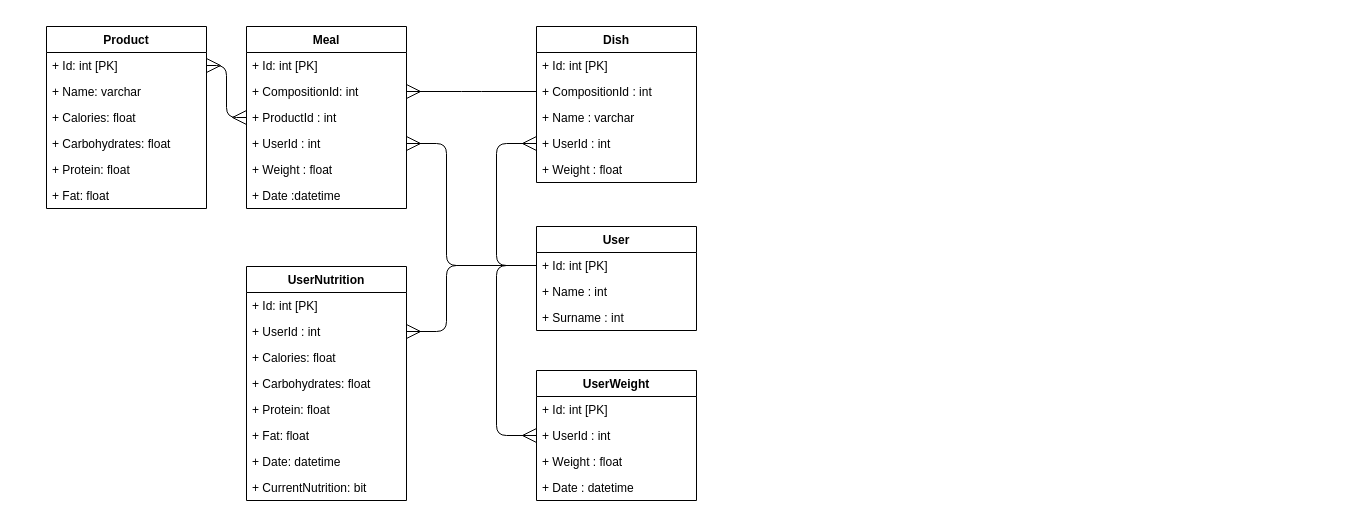
The draw.io diagram page "Db schema" (1 of 5) of CaloriesDb.drawio in pieczarkaniesmacznosci/calories-tracker, before the edit. Source tidied: cells renumbered, new cells numbered last; positions are measured from the earlier drawing's top-left corner, leaving out a move shared by most shapes. Both pictures are drawn from the tidied source at 100%, with x=0, y=0 at pixel (46, 26).
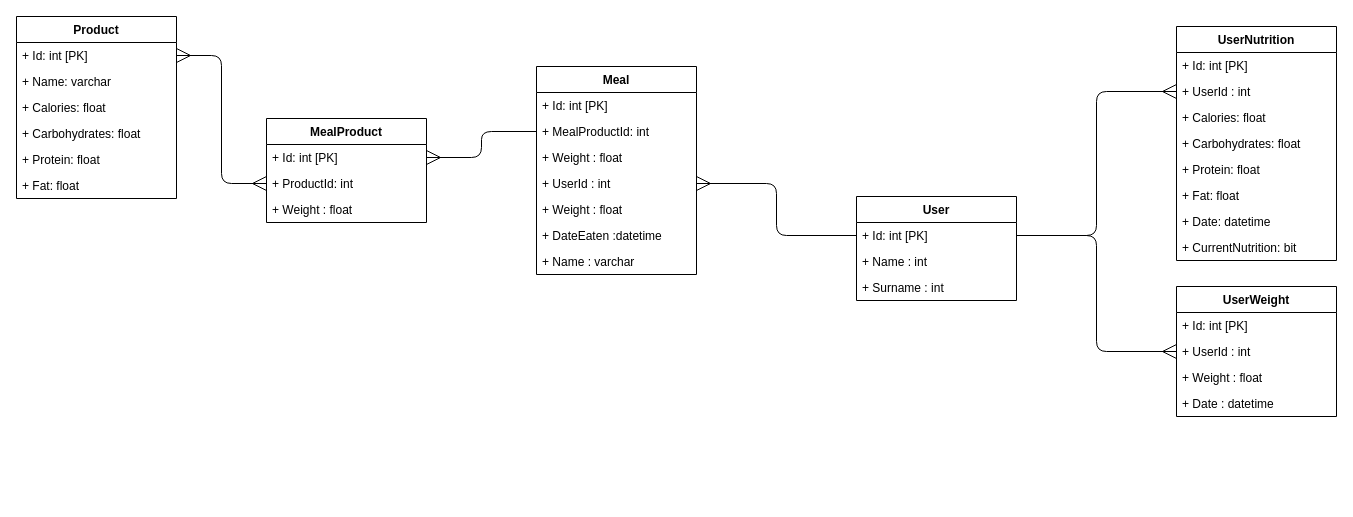
Above is the later version.

Unchanged cells that the change refers to:
```xml
<mxCell id="7" value="+ Id: int [PK]" style="text;strokeColor=none;fillColor=none;align=left;verticalAlign=top;spacingLeft=4;spacingRight=4;overflow=hidden;points=[[0,0.5],[1,0.5]];portConstraint=eastwest;" parent="6" vertex="1">
  <mxGeometry y="26" width="160" height="26" as="geometry" />
</mxCell>
<mxCell id="24" value="+ UserId : int&#10;" style="text;strokeColor=none;fillColor=none;align=left;verticalAlign=top;spacingLeft=4;spacingRight=4;overflow=hidden;points=[[0,0.5],[1,0.5]];portConstraint=eastwest;" parent="22" vertex="1">
  <mxGeometry y="52" width="160" height="26" as="geometry" />
</mxCell>
<mxCell id="39" value="+ UserId : int&#10;" style="text;strokeColor=none;fillColor=none;align=left;verticalAlign=top;spacingLeft=4;spacingRight=4;overflow=hidden;points=[[0,0.5],[1,0.5]];portConstraint=eastwest;" parent="37" vertex="1">
  <mxGeometry y="52" width="160" height="26" as="geometry" />
</mxCell>
<mxCell id="43" value="+ Id: int [PK]" style="text;strokeColor=none;fillColor=none;align=left;verticalAlign=top;spacingLeft=4;spacingRight=4;overflow=hidden;points=[[0,0.5],[1,0.5]];portConstraint=eastwest;" parent="42" vertex="1">
  <mxGeometry y="26" width="160" height="26" as="geometry" />
</mxCell>
```

Diff of the diagram source:
```diff
@@
-    <mxCell id="2" style="edgeStyle=elbowEdgeStyle;elbow=horizontal;endArrow=ERmany;html=1;entryX=0;entryY=0.5;entryDx=0;entryDy=0;exitX=0;exitY=0.5;exitDx=0;exitDy=0;endFill=0;endSize=12;" parent="1" edge="1" source="43" target="39">
+    <mxCell id="2" style="edgeStyle=elbowEdgeStyle;elbow=horizontal;endArrow=ERmany;html=1;entryX=0;entryY=0.5;entryDx=0;entryDy=0;exitX=1;exitY=0.5;exitDx=0;exitDy=0;endFill=0;endSize=12;" parent="1" edge="1" source="43" target="39">
       <mxGeometry relative="1" as="geometry">
         <Array as="points">
+          <mxPoint x="1050" y="220" />
+          <mxPoint x="980" y="220" />
+          <mxPoint x="940" y="310" />
           <mxPoint x="450" y="320" />
           <mxPoint x="460" y="320" />
           <mxPoint x="430" y="290" />
           <mxPoint x="440" y="320" />
           <mxPoint x="470" y="370" />
         </Array>
       </mxGeometry>
     </mxCell>
-    <mxCell id="3" style="edgeStyle=elbowEdgeStyle;elbow=horizontal;endArrow=ERmany;html=1;entryX=1;entryY=0.5;entryDx=0;entryDy=0;exitX=0;exitY=0.5;exitDx=0;exitDy=0;endFill=0;jumpSize=6;endSize=12;" parent="1" edge="1" source="43" target="24">
-      <mxGeometry relative="1" as="geometry">
-        <Array as="points">
-          <mxPoint x="400" y="270" />
-        </Array>
-      </mxGeometry>
-    </mxCell>
-    <mxCell id="4" style="edgeStyle=elbowEdgeStyle;elbow=horizontal;endArrow=ERmany;html=1;entryX=1;entryY=0.5;entryDx=0;entryDy=0;exitX=0;exitY=0.5;exitDx=0;exitDy=0;endFill=0;endSize=12;startArrow=ERmany;startFill=0;targetPerimeterSpacing=0;startSize=12;" parent="1" edge="1" source="18" target="7">
+    <mxCell id="4" style="edgeStyle=elbowEdgeStyle;elbow=horizontal;endArrow=ERmany;html=1;entryX=1;entryY=0.5;entryDx=0;entryDy=0;exitX=0;exitY=0.5;exitDx=0;exitDy=0;endFill=0;endSize=12;startArrow=ERmany;startFill=0;targetPerimeterSpacing=0;startSize=12;" parent="1" edge="1" source="48" target="7">
       <mxGeometry relative="1" as="geometry" />
     </mxCell>
-    <mxCell id="5" style="edgeStyle=elbowEdgeStyle;elbow=horizontal;endArrow=ERmany;html=1;entryX=1;entryY=0.5;entryDx=0;entryDy=0;exitX=0;exitY=0.5;exitDx=0;exitDy=0;endFill=0;endSize=12;startArrow=none;startFill=0;" parent="1" edge="1" source="33" target="17">
-      <mxGeometry relative="1" as="geometry" />
-    </mxCell>
+    <mxCell id="46" style="edgeStyle=elbowEdgeStyle;elbow=horizontal;endArrow=none;html=1;entryX=0;entryY=0.5;entryDx=0;entryDy=0;exitX=1;exitY=0.5;exitDx=0;exitDy=0;endFill=0;endSize=12;startArrow=ERmany;startFill=0;targetPerimeterSpacing=0;startSize=12;" parent="1" edge="1" source="32" target="17">
+      <mxGeometry relative="1" as="geometry" />
+    </mxCell>
     <mxCell id="6" value="Product" style="swimlane;fontStyle=1;align=center;verticalAlign=top;horizontal=1;startSize=26;" parent="1" vertex="1">
-      <mxGeometry width="160" height="182" as="geometry" />
+      <mxGeometry x="-30" y="-10" width="160" height="182" as="geometry" />
     </mxCell>
@@
-    <mxCell id="13" style="edgeStyle=elbowEdgeStyle;elbow=horizontal;endArrow=ERmany;html=1;entryX=1;entryY=0.5;entryDx=0;entryDy=0;exitX=0;exitY=0.5;exitDx=0;exitDy=0;endFill=0;jumpSize=6;endSize=12;" parent="1" edge="1" source="43" target="19">
-      <mxGeometry relative="1" as="geometry">
-        <Array as="points">
-          <mxPoint x="400" y="170" />
-        </Array>
-      </mxGeometry>
-    </mxCell>
-    <mxCell id="14" style="edgeStyle=elbowEdgeStyle;elbow=horizontal;endArrow=ERmany;html=1;exitX=0;exitY=0.5;exitDx=0;exitDy=0;endFill=0;jumpSize=6;endSize=12;entryX=0;entryY=0.5;entryDx=0;entryDy=0;" parent="1" edge="1" source="43" target="35">
-      <mxGeometry relative="1" as="geometry">
-        <Array as="points">
-          <mxPoint x="450" y="180" />
-          <mxPoint x="430" y="170" />
-          <mxPoint x="440" y="170" />
-          <mxPoint x="470" y="170" />
-        </Array>
-      </mxGeometry>
-    </mxCell>
-    <mxCell id="15" value="Meal" style="swimlane;fontStyle=1;align=center;verticalAlign=top;horizontal=1;startSize=26;" parent="1" vertex="1">
-      <mxGeometry x="200" width="160" height="182" as="geometry" />
-    </mxCell>
-    <mxCell id="16" value="+ Id: int [PK]" style="text;strokeColor=none;fillColor=none;align=left;verticalAlign=top;spacingLeft=4;spacingRight=4;overflow=hidden;" parent="15" vertex="1">
-      <mxGeometry y="26" width="160" height="26" as="geometry" />
-    </mxCell>
-    <mxCell id="17" value="+ CompositionId: int" style="text;strokeColor=none;fillColor=none;align=left;verticalAlign=top;spacingLeft=4;spacingRight=4;overflow=hidden;points=[[0,0.5],[1,0.5]];portConstraint=eastwest;" parent="15" vertex="1">
-      <mxGeometry y="52" width="160" height="26" as="geometry" />
-    </mxCell>
-    <mxCell id="18" value="+ ProductId : int&#10;" style="text;strokeColor=none;fillColor=none;align=left;verticalAlign=top;spacingLeft=4;spacingRight=4;overflow=hidden;points=[[0,0.5],[1,0.5]];portConstraint=eastwest;" parent="15" vertex="1">
-      <mxGeometry y="78" width="160" height="26" as="geometry" />
-    </mxCell>
-    <mxCell id="19" value="+ UserId : int&#10;" style="text;strokeColor=none;fillColor=none;align=left;verticalAlign=top;spacingLeft=4;spacingRight=4;overflow=hidden;points=[[0,0.5],[1,0.5]];portConstraint=eastwest;" parent="15" vertex="1">
-      <mxGeometry y="104" width="160" height="26" as="geometry" />
-    </mxCell>
-    <mxCell id="20" value="+ Weight : float&#10;" style="text;strokeColor=none;fillColor=none;align=left;verticalAlign=top;spacingLeft=4;spacingRight=4;overflow=hidden;" parent="15" vertex="1">
-      <mxGeometry y="130" width="160" height="26" as="geometry" />
-    </mxCell>
-    <mxCell id="21" value="+ Date :datetime&#10;" style="text;strokeColor=none;fillColor=none;align=left;verticalAlign=top;spacingLeft=4;spacingRight=4;overflow=hidden;" parent="15" vertex="1">
-      <mxGeometry y="156" width="160" height="26" as="geometry" />
-    </mxCell>
+    <mxCell id="47" value="MealProduct" style="swimlane;fontStyle=1;align=center;verticalAlign=top;horizontal=1;startSize=26;" parent="1" vertex="1">
+      <mxGeometry x="220" y="92" width="160" height="104" as="geometry" />
+    </mxCell>
+    <mxCell id="32" value="+ Id: int [PK]" style="text;strokeColor=none;fillColor=none;align=left;verticalAlign=top;spacingLeft=4;spacingRight=4;overflow=hidden;points=[[0,0.5],[1,0.5]];portConstraint=eastwest;" parent="47" vertex="1">
+      <mxGeometry y="26" width="160" height="26" as="geometry" />
+    </mxCell>
+    <mxCell id="48" value="+ ProductId: int" style="text;strokeColor=none;fillColor=none;align=left;verticalAlign=top;spacingLeft=4;spacingRight=4;overflow=hidden;points=[[0,0.5],[1,0.5]];portConstraint=eastwest;" parent="47" vertex="1">
+      <mxGeometry y="52" width="160" height="26" as="geometry" />
+    </mxCell>
+    <mxCell id="49" value="+ Weight : float&#10;" style="text;strokeColor=none;fillColor=none;align=left;verticalAlign=top;spacingLeft=4;spacingRight=4;overflow=hidden;" parent="47" vertex="1">
+      <mxGeometry y="78" width="160" height="26" as="geometry" />
+    </mxCell>
+    <mxCell id="3" style="edgeStyle=elbowEdgeStyle;elbow=horizontal;endArrow=ERmany;html=1;entryX=0;entryY=0.5;entryDx=0;entryDy=0;exitX=1;exitY=0.5;exitDx=0;exitDy=0;endFill=0;endSize=12;" parent="1" edge="1" source="43" target="24">
+      <mxGeometry relative="1" as="geometry">
+        <Array as="points">
+          <mxPoint x="1050" y="100" />
+          <mxPoint x="980" y="120" />
+          <mxPoint x="940" y="150" />
+          <mxPoint x="460" y="330" />
+          <mxPoint x="470" y="330" />
+          <mxPoint x="440" y="300" />
+          <mxPoint x="450" y="330" />
+          <mxPoint x="480" y="380" />
+        </Array>
+      </mxGeometry>
+    </mxCell>
     <mxCell id="22" value="UserNutrition" style="swimlane;fontStyle=1;align=center;verticalAlign=top;horizontal=1;startSize=26;" parent="1" vertex="1">
-      <mxGeometry x="200" y="240" width="160" height="234" as="geometry" />
+      <mxGeometry x="1130" width="160" height="234" as="geometry" />
     </mxCell>
@@
-    <mxCell id="31" value="Dish" style="swimlane;fontStyle=1;align=center;verticalAlign=top;horizontal=1;startSize=26;" parent="1" vertex="1">
-      <mxGeometry x="490" width="160" height="156" as="geometry" />
-    </mxCell>
-    <mxCell id="32" value="+ Id: int [PK]" style="text;strokeColor=none;fillColor=none;align=left;verticalAlign=top;spacingLeft=4;spacingRight=4;overflow=hidden;points=[[0,0.5],[1,0.5]];portConstraint=eastwest;" parent="31" vertex="1">
-      <mxGeometry y="26" width="160" height="26" as="geometry" />
-    </mxCell>
-    <mxCell id="33" value="+ CompositionId : int&#10;" style="text;strokeColor=none;fillColor=none;align=left;verticalAlign=top;spacingLeft=4;spacingRight=4;overflow=hidden;points=[[0,0.5],[1,0.5]];portConstraint=eastwest;" parent="31" vertex="1">
-      <mxGeometry y="52" width="160" height="26" as="geometry" />
-    </mxCell>
-    <mxCell id="34" value="+ Name : varchar&#10;" style="text;strokeColor=none;fillColor=none;align=left;verticalAlign=top;spacingLeft=4;spacingRight=4;overflow=hidden;" parent="31" vertex="1">
-      <mxGeometry y="78" width="160" height="26" as="geometry" />
-    </mxCell>
-    <mxCell id="35" value="+ UserId : int&#10;" style="text;strokeColor=none;fillColor=none;align=left;verticalAlign=top;spacingLeft=4;spacingRight=4;overflow=hidden;points=[[0,0.5],[1,0.5]];portConstraint=eastwest;" parent="31" vertex="1">
-      <mxGeometry y="104" width="160" height="26" as="geometry" />
-    </mxCell>
-    <mxCell id="36" value="+ Weight : float&#10;" style="text;strokeColor=none;fillColor=none;align=left;verticalAlign=top;spacingLeft=4;spacingRight=4;overflow=hidden;" parent="31" vertex="1">
-      <mxGeometry y="130" width="160" height="26" as="geometry" />
-    </mxCell>
     <mxCell id="37" value="UserWeight" style="swimlane;fontStyle=1;align=center;verticalAlign=top;horizontal=1;startSize=26;" parent="1" vertex="1">
-      <mxGeometry x="490" y="344" width="160" height="130" as="geometry" />
+      <mxGeometry x="1130" y="260" width="160" height="130" as="geometry" />
     </mxCell>
@@
+    <mxCell id="15" value="Meal" style="swimlane;fontStyle=1;align=center;verticalAlign=top;horizontal=1;startSize=26;" parent="1" vertex="1">
+      <mxGeometry x="490" y="40" width="160" height="208" as="geometry" />
+    </mxCell>
+    <mxCell id="16" value="+ Id: int [PK]" style="text;strokeColor=none;fillColor=none;align=left;verticalAlign=top;spacingLeft=4;spacingRight=4;overflow=hidden;" parent="15" vertex="1">
+      <mxGeometry y="26" width="160" height="26" as="geometry" />
+    </mxCell>
+    <mxCell id="17" value="+ MealProductId: int" style="text;strokeColor=none;fillColor=none;align=left;verticalAlign=top;spacingLeft=4;spacingRight=4;overflow=hidden;points=[[0,0.5],[1,0.5]];portConstraint=eastwest;" parent="15" vertex="1">
+      <mxGeometry y="52" width="160" height="26" as="geometry" />
+    </mxCell>
+    <mxCell id="50" value="+ Weight : float&#10;" style="text;strokeColor=none;fillColor=none;align=left;verticalAlign=top;spacingLeft=4;spacingRight=4;overflow=hidden;" parent="15" vertex="1">
+      <mxGeometry y="78" width="160" height="26" as="geometry" />
+    </mxCell>
+    <mxCell id="19" value="+ UserId : int&#10;" style="text;strokeColor=none;fillColor=none;align=left;verticalAlign=top;spacingLeft=4;spacingRight=4;overflow=hidden;points=[[0,0.5],[1,0.5]];portConstraint=eastwest;" parent="15" vertex="1">
+      <mxGeometry y="104" width="160" height="26" as="geometry" />
+    </mxCell>
+    <mxCell id="20" value="+ Weight : float&#10;" style="text;strokeColor=none;fillColor=none;align=left;verticalAlign=top;spacingLeft=4;spacingRight=4;overflow=hidden;" parent="15" vertex="1">
+      <mxGeometry y="130" width="160" height="26" as="geometry" />
+    </mxCell>
+    <mxCell id="21" value="+ DateEaten :datetime&#10;" style="text;strokeColor=none;fillColor=none;align=left;verticalAlign=top;spacingLeft=4;spacingRight=4;overflow=hidden;" parent="15" vertex="1">
+      <mxGeometry y="156" width="160" height="26" as="geometry" />
+    </mxCell>
+    <mxCell id="34" value="+ Name : varchar&#10;" style="text;strokeColor=none;fillColor=none;align=left;verticalAlign=top;spacingLeft=4;spacingRight=4;overflow=hidden;" parent="15" vertex="1">
+      <mxGeometry y="182" width="160" height="26" as="geometry" />
+    </mxCell>
+    <mxCell id="51" style="edgeStyle=elbowEdgeStyle;elbow=horizontal;endArrow=none;html=1;entryX=0;entryY=0.5;entryDx=0;entryDy=0;exitX=1;exitY=0.5;exitDx=0;exitDy=0;endFill=0;endSize=12;startArrow=ERmany;startFill=0;targetPerimeterSpacing=0;startSize=12;" parent="1" edge="1" source="19" target="43">
+      <mxGeometry relative="1" as="geometry" />
+    </mxCell>
     <mxCell id="42" value="User" style="swimlane;fontStyle=1;align=center;verticalAlign=top;horizontal=1;startSize=26;" parent="1" vertex="1">
-      <mxGeometry x="490" y="200" width="160" height="104" as="geometry" />
+      <mxGeometry x="810" y="170" width="160" height="104" as="geometry" />
     </mxCell>
```
